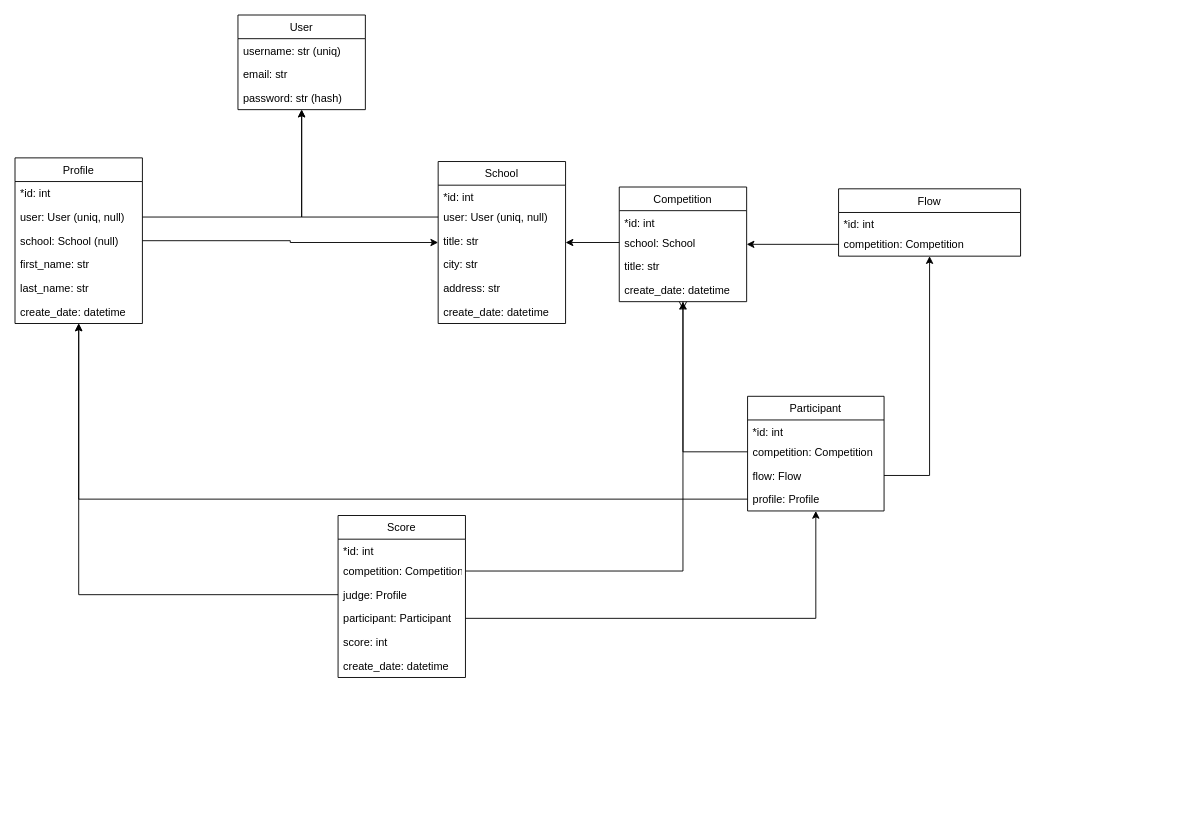
Before: page "UML" (1 of 2) of lab_01/БД.drawio in wd055/bmstu_db, a draw.io diagram. Source tidied: cells renumbered, new cells numbered last; positions are measured from the earlier drawing's top-left corner, leaving out a move shared by most shapes. Both pictures are drawn from the tidied source at 91%, with x=0, y=0 at pixel (15, 15).
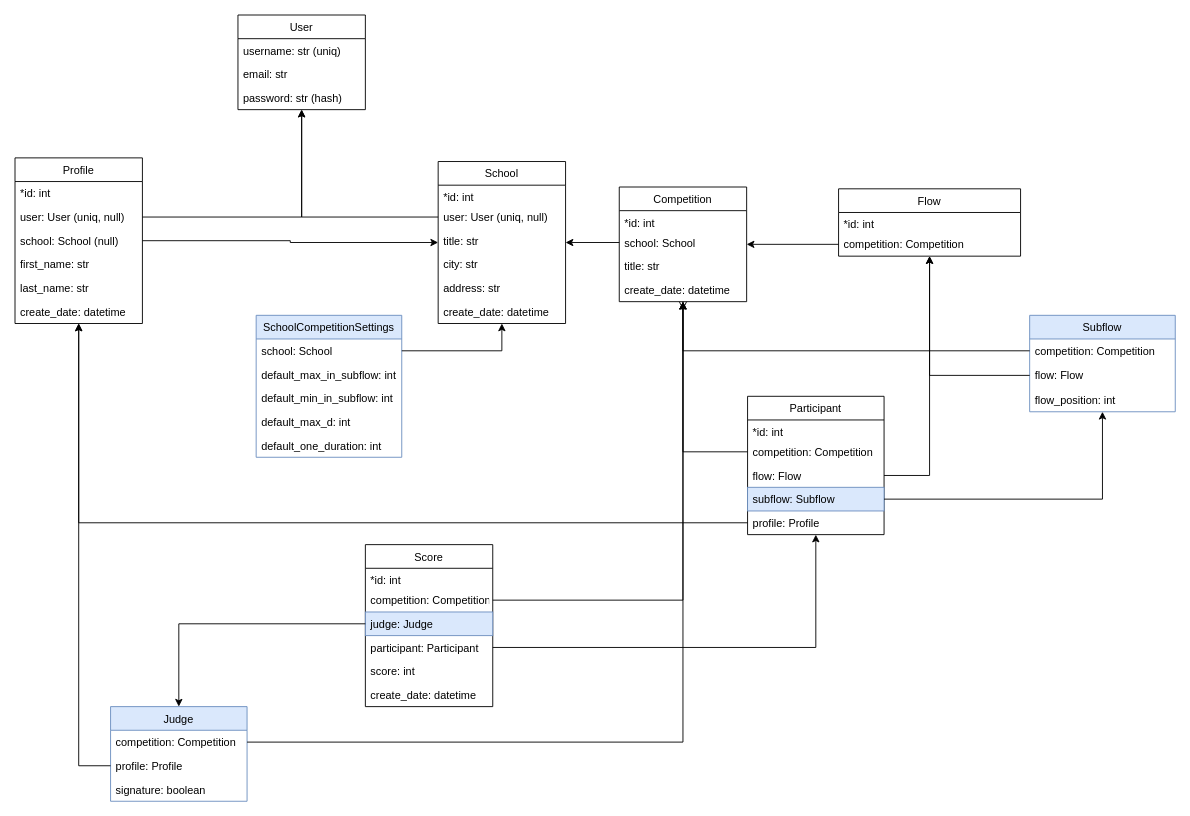
The same page after the edit.

Commit message (it also covers changes not shown here):
Lab_01 result

Unchanged cells that the change refers to:
```xml
<mxCell id="6" value="Profile" style="swimlane;fontStyle=0;horizontal=1;startSize=26;fillColor=none;" parent="1" vertex="1">
  <mxGeometry y="157" width="140" height="182" as="geometry" />
</mxCell>
<mxCell id="13" value="School" style="swimlane;fontStyle=0;horizontal=1;startSize=26;fillColor=none;" parent="1" vertex="1">
  <mxGeometry x="465" y="161" width="140" height="178" as="geometry" />
</mxCell>
<mxCell id="20" value="Competition" style="swimlane;fontStyle=0;horizontal=1;startSize=26;fillColor=none;" parent="1" vertex="1">
  <mxGeometry x="664" y="189" width="140" height="126" as="geometry" />
</mxCell>
<mxCell id="33" value="Flow" style="swimlane;fontStyle=0;horizontal=1;startSize=26;fillColor=none;" parent="1" vertex="1">
  <mxGeometry x="905" y="191" width="200" height="74" as="geometry" />
</mxCell>
```

Change to the diagram source:
```diff
@@
     <mxCell id="25" value="Participant" style="swimlane;fontStyle=0;horizontal=1;startSize=26;fillColor=none;" parent="1" vertex="1">
-      <mxGeometry x="805" y="419" width="150" height="126" as="geometry" />
+      <mxGeometry x="805" y="419" width="150" height="152" as="geometry" />
     </mxCell>
@@
+    <mxCell id="51" value="subflow: Subflow" style="text;strokeColor=#6c8ebf;fillColor=#dae8fc;align=left;verticalAlign=top;spacingLeft=4;spacingRight=4;overflow=hidden;points=[[0,0.5],[1,0.5]];portConstraint=eastwest;" parent="25" vertex="1">
+      <mxGeometry y="100" width="150" height="26" as="geometry" />
+    </mxCell>
     <mxCell id="29" value="profile: Profile" style="text;strokeColor=none;fillColor=none;align=left;verticalAlign=top;spacingLeft=4;spacingRight=4;overflow=hidden;points=[[0,0.5],[1,0.5]];portConstraint=eastwest;" parent="25" vertex="1">
-      <mxGeometry y="100" width="150" height="26" as="geometry" />
+      <mxGeometry y="126" width="150" height="26" as="geometry" />
     </mxCell>
@@
     <mxCell id="37" value="Score" style="swimlane;fontStyle=0;horizontal=1;startSize=26;fillColor=none;" parent="1" vertex="1">
-      <mxGeometry x="355" y="550" width="140" height="178" as="geometry" />
+      <mxGeometry x="385" y="582" width="140" height="178" as="geometry" />
     </mxCell>
@@
-    <mxCell id="40" value="judge: Profile" style="text;strokeColor=none;fillColor=none;align=left;verticalAlign=top;spacingLeft=4;spacingRight=4;overflow=hidden;points=[[0,0.5],[1,0.5]];portConstraint=eastwest;" parent="37" vertex="1">
+    <mxCell id="40" value="judge: Judge" style="text;strokeColor=#6c8ebf;fillColor=#dae8fc;align=left;verticalAlign=top;spacingLeft=4;spacingRight=4;overflow=hidden;points=[[0,0.5],[1,0.5]];portConstraint=eastwest;" parent="37" vertex="1">
       <mxGeometry y="74" width="140" height="26" as="geometry" />
     </mxCell>
@@
-    <mxCell id="45" style="edgeStyle=orthogonalEdgeStyle;rounded=0;jettySize=auto;html=1;" parent="1" edge="1" source="40" target="6">
+    <mxCell id="45" style="edgeStyle=orthogonalEdgeStyle;rounded=0;jettySize=auto;html=1;" parent="1" edge="1" source="40" target="52">
       <mxGeometry relative="1" as="geometry" />
     </mxCell>
@@
+    <mxCell id="52" value="Judge" style="swimlane;fontStyle=0;horizontal=1;startSize=26;fillColor=#dae8fc;strokeColor=#6c8ebf;" parent="1" vertex="1">
+      <mxGeometry x="105" y="760" width="150" height="104" as="geometry" />
+    </mxCell>
+    <mxCell id="53" value="competition: Competition" style="text;strokeColor=none;fillColor=none;align=left;verticalAlign=top;spacingLeft=4;spacingRight=4;overflow=hidden;points=[[0,0.5],[1,0.5]];portConstraint=eastwest;" parent="52" vertex="1">
+      <mxGeometry y="26" width="150" height="26" as="geometry" />
+    </mxCell>
+    <mxCell id="54" value="profile: Profile" style="text;strokeColor=none;fillColor=none;align=left;verticalAlign=top;spacingLeft=4;spacingRight=4;overflow=hidden;points=[[0,0.5],[1,0.5]];portConstraint=eastwest;" parent="52" vertex="1">
+      <mxGeometry y="52" width="150" height="26" as="geometry" />
+    </mxCell>
+    <mxCell id="55" value="signature: boolean" style="text;strokeColor=none;fillColor=none;align=left;verticalAlign=top;spacingLeft=4;spacingRight=4;overflow=hidden;" parent="52" vertex="1">
+      <mxGeometry y="78" width="150" height="26" as="geometry" />
+    </mxCell>
+    <mxCell id="56" value="Subflow" style="swimlane;fontStyle=0;horizontal=1;startSize=26;fillColor=#dae8fc;strokeColor=#6c8ebf;" parent="1" vertex="1">
+      <mxGeometry x="1115" y="330" width="160" height="106" as="geometry" />
+    </mxCell>
+    <mxCell id="57" value="competition: Competition" style="text;strokeColor=none;fillColor=none;align=left;verticalAlign=top;spacingLeft=4;spacingRight=4;overflow=hidden;points=[[0,0.5],[1,0.5]];portConstraint=eastwest;" parent="56" vertex="1">
+      <mxGeometry y="26" width="160" height="26" as="geometry" />
+    </mxCell>
+    <mxCell id="58" value="flow: Flow" style="text;strokeColor=none;fillColor=none;align=left;verticalAlign=top;spacingLeft=4;spacingRight=4;overflow=hidden;points=[[0,0.5],[1,0.5]];portConstraint=eastwest;" parent="56" vertex="1">
+      <mxGeometry y="52" width="160" height="28" as="geometry" />
+    </mxCell>
+    <mxCell id="59" value="flow_position: int" style="text;strokeColor=none;fillColor=none;align=left;verticalAlign=top;spacingLeft=4;spacingRight=4;overflow=hidden;" parent="56" vertex="1">
+      <mxGeometry y="80" width="160" height="26" as="geometry" />
+    </mxCell>
+    <mxCell id="60" style="edgeStyle=orthogonalEdgeStyle;rounded=0;jettySize=auto;html=1;" parent="1" edge="1" source="57" target="20">
+      <mxGeometry relative="1" as="geometry" />
+    </mxCell>
+    <mxCell id="61" style="edgeStyle=orthogonalEdgeStyle;rounded=0;jettySize=auto;html=1;" parent="1" edge="1" source="58" target="33">
+      <mxGeometry relative="1" as="geometry" />
+    </mxCell>
+    <mxCell id="62" style="edgeStyle=orthogonalEdgeStyle;rounded=0;jettySize=auto;html=1;" parent="1" edge="1" source="53" target="20">
+      <mxGeometry relative="1" as="geometry" />
+    </mxCell>
+    <mxCell id="63" style="edgeStyle=orthogonalEdgeStyle;rounded=0;jettySize=auto;html=1;" parent="1" edge="1" source="54" target="6">
+      <mxGeometry relative="1" as="geometry" />
+    </mxCell>
+    <mxCell id="64" style="edgeStyle=orthogonalEdgeStyle;rounded=0;jettySize=auto;html=1;" parent="1" edge="1" source="51" target="56">
+      <mxGeometry relative="1" as="geometry" />
+    </mxCell>
+    <mxCell id="65" value="SchoolCompetitionSettings" style="swimlane;fontStyle=0;horizontal=1;startSize=26;fillColor=#dae8fc;strokeColor=#6c8ebf;" parent="1" vertex="1">
+      <mxGeometry x="265" y="330" width="160" height="156" as="geometry" />
+    </mxCell>
+    <mxCell id="66" value="school: School" style="text;strokeColor=none;fillColor=none;align=left;verticalAlign=top;spacingLeft=4;spacingRight=4;overflow=hidden;points=[[0,0.5],[1,0.5]];portConstraint=eastwest;" parent="65" vertex="1">
+      <mxGeometry y="26" width="160" height="26" as="geometry" />
+    </mxCell>
+    <mxCell id="67" value="default_max_in_subflow: int" style="text;strokeColor=none;fillColor=none;align=left;verticalAlign=top;spacingLeft=4;spacingRight=4;overflow=hidden;" parent="65" vertex="1">
+      <mxGeometry y="52" width="160" height="26" as="geometry" />
+    </mxCell>
+    <mxCell id="68" value="default_min_in_subflow: int" style="text;strokeColor=none;fillColor=none;align=left;verticalAlign=top;spacingLeft=4;spacingRight=4;overflow=hidden;" parent="65" vertex="1">
+      <mxGeometry y="78" width="160" height="26" as="geometry" />
+    </mxCell>
+    <mxCell id="69" value="default_max_d: int" style="text;strokeColor=none;fillColor=none;align=left;verticalAlign=top;spacingLeft=4;spacingRight=4;overflow=hidden;" parent="65" vertex="1">
+      <mxGeometry y="104" width="160" height="26" as="geometry" />
+    </mxCell>
+    <mxCell id="70" value="default_one_duration: int" style="text;strokeColor=none;fillColor=none;align=left;verticalAlign=top;spacingLeft=4;spacingRight=4;overflow=hidden;" parent="65" vertex="1">
+      <mxGeometry y="130" width="160" height="26" as="geometry" />
+    </mxCell>
+    <mxCell id="71" style="edgeStyle=orthogonalEdgeStyle;rounded=0;jettySize=auto;html=1;" parent="1" edge="1" source="66" target="13">
+      <mxGeometry relative="1" as="geometry" />
+    </mxCell>
```
